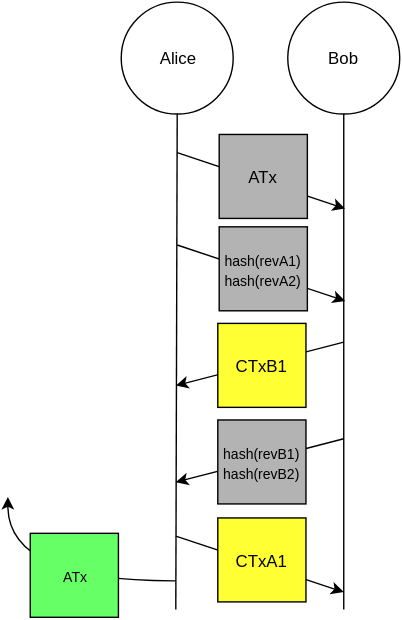
Earlier version of the draw.io export Non_Expiring_Channel_Messages1.svg (PayChan/bitcoin-payment-channels-taxonomy). Source tidied: cells renumbered, new cells last; positions are measured from the earlier drawing's top-left corner, leaving out a move shared by most shapes.
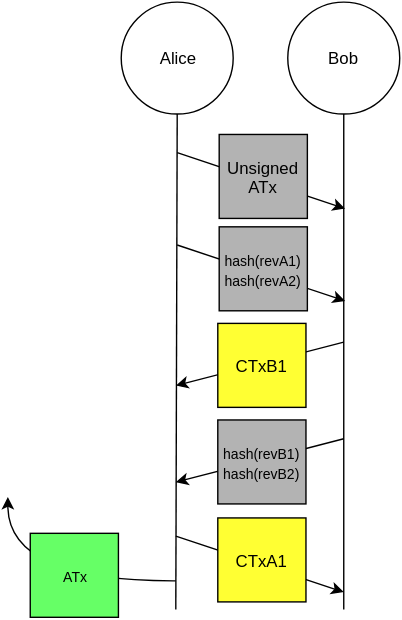
After the commit.

Diff of the diagram source:
```diff
@@ -42,7 +42,7 @@
         <mxPoint x="241" y="147.6" as="targetPoint" />
       </mxGeometry>
     </mxCell>
-    <mxCell id="11" value="ATx" style="whiteSpace=wrap;html=1;fillColor=#B3B3B3;" parent="1" vertex="1">
+    <mxCell id="11" value="Unsigned&lt;div&gt;&lt;span style=&quot;line-height: 1.2&quot;&gt;ATx&lt;/span&gt;&lt;/div&gt;" style="whiteSpace=wrap;html=1;fillColor=#B3B3B3;" parent="1" vertex="1">
       <mxGeometry x="151" y="94.6" width="63" height="60" as="geometry" />
     </mxCell>
     <mxCell id="12" style="endArrow=classic;html=1;" parent="1" edge="1">
```
